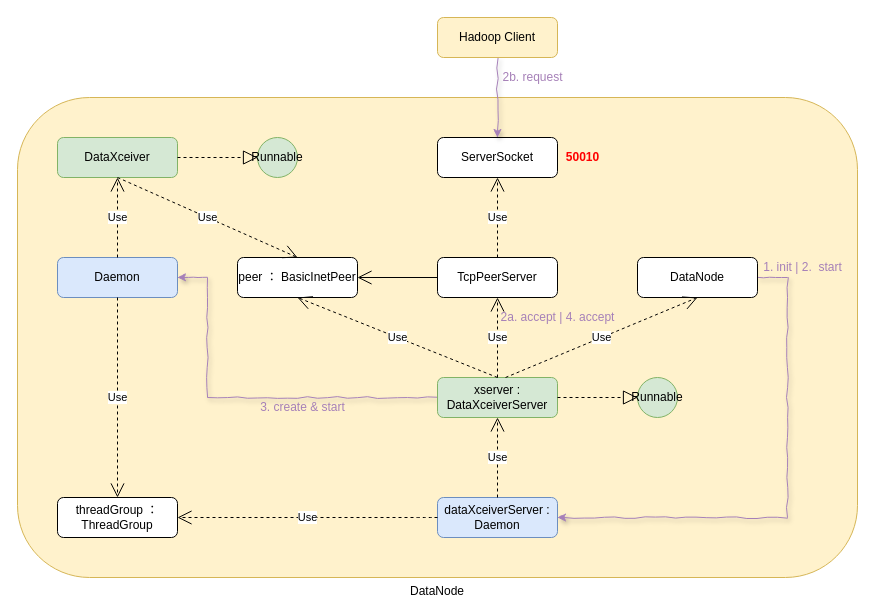
The draw.io diagram develop-stack/bigdata/hadoop/hdfs/hdfs_datanode_dataxceiver.drawio in sciatta/draw, before the edit. Source tidied: cells renumbered, new cells numbered last; positions are measured from the earlier drawing's top-left corner, leaving out a move shared by most shapes. Both pictures are drawn from the tidied source at 100%, with x=0, y=0 at pixel (17, 17).
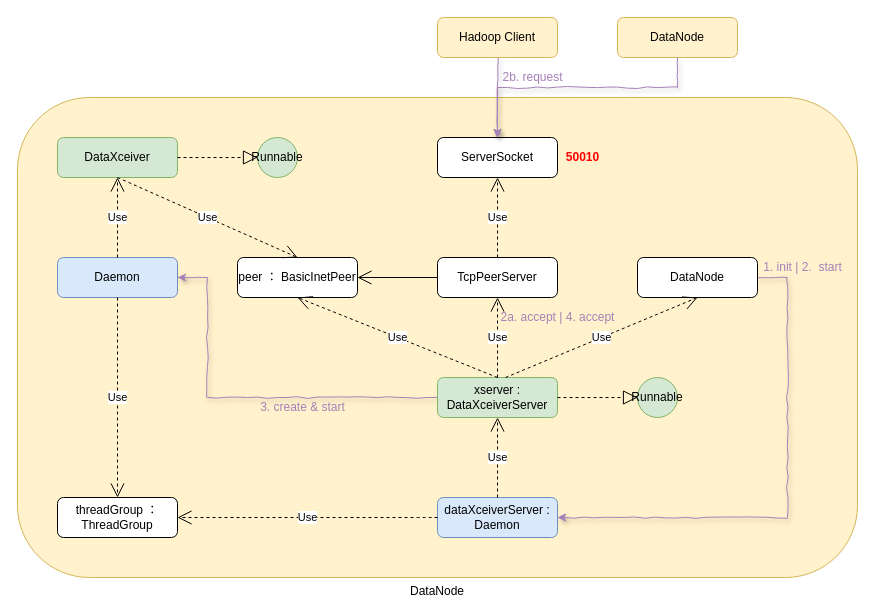
The same diagram, later.

Commit message (it also covers changes not shown here):
1、DataNode dataxceiver；2、DataNode httpserver & infoserver

What changed in the source:
```diff
@@
+    <mxCell id="35" value="DataNode" style="rounded=1;whiteSpace=wrap;html=1;fillColor=#fff2cc;strokeColor=#d6b656;" parent="1" vertex="1">
+      <mxGeometry x="600" width="120" height="40" as="geometry" />
+    </mxCell>
+    <mxCell id="36" style="edgeStyle=orthogonalEdgeStyle;rounded=0;jettySize=auto;html=1;fontColor=#000000;strokeColor=#A680B8;comic=1;shadow=1;exitX=0.5;exitY=1;exitDx=0;exitDy=0;" parent="1" edge="1" source="35">
+      <mxGeometry relative="1" as="geometry">
+        <mxPoint x="480" y="120" as="targetPoint" />
+        <Array as="points">
+          <mxPoint x="660" y="70" />
+          <mxPoint x="480" y="70" />
+        </Array>
+      </mxGeometry>
+    </mxCell>
```
